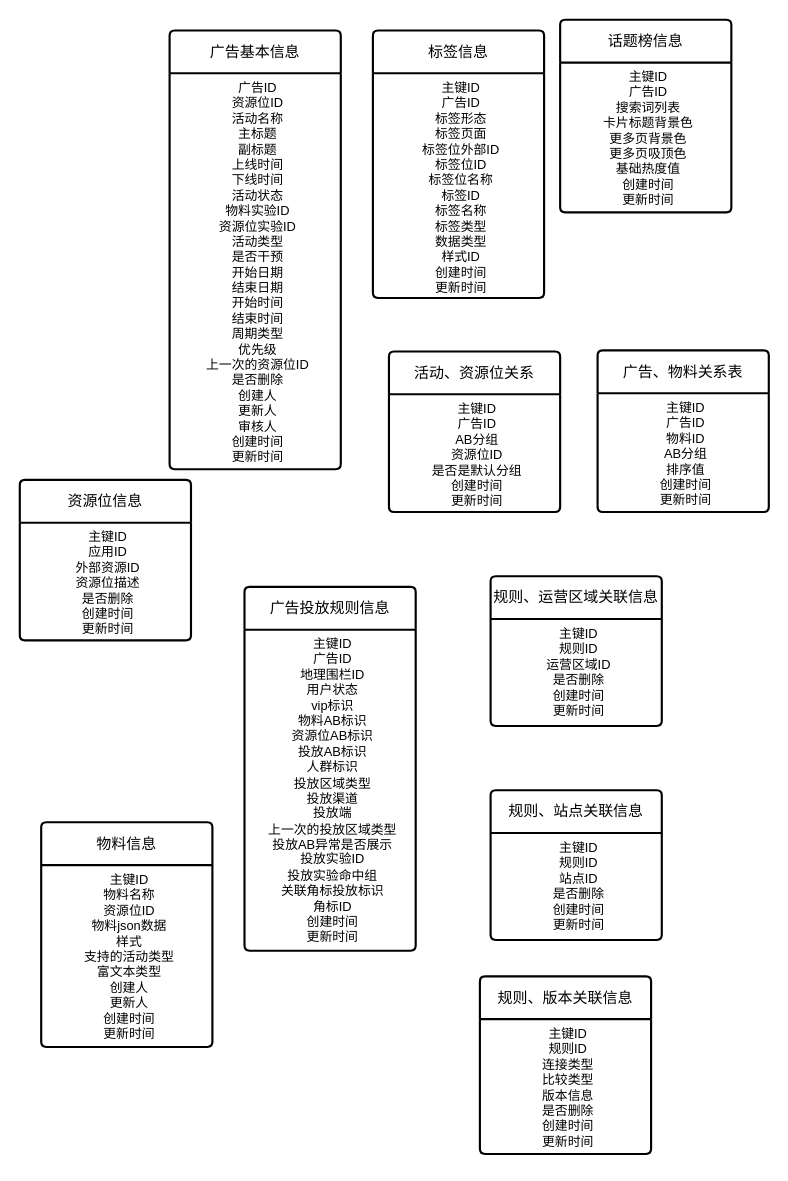
Above: Untitled Diagram.drawio in Ant-dong/images (draw.io), before the change. Source tidied: cells renumbered, new cells numbered last; positions are measured from the earlier drawing's top-left corner, leaving out a move shared by most shapes. Both pictures are drawn from the tidied source at 107%, with x=0, y=0 at pixel (19, 19).
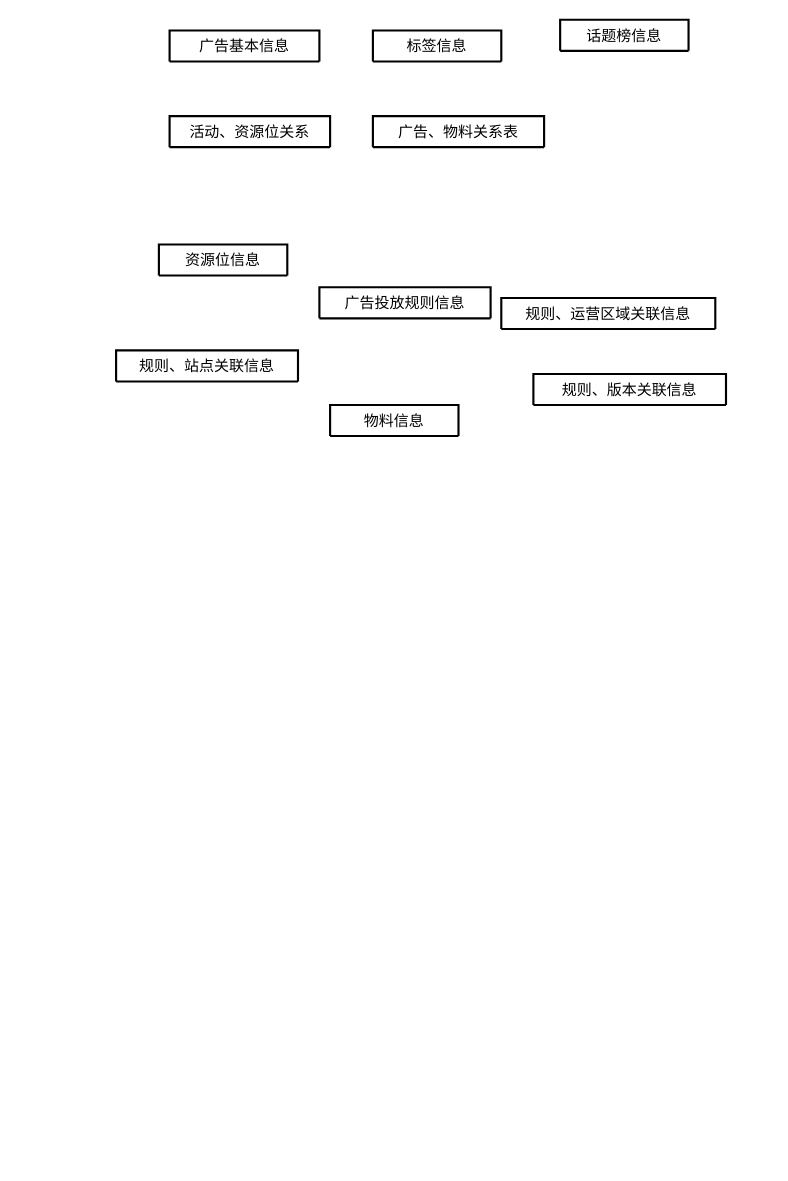
The same page after the edit.

Change to the diagram source:
```diff
@@
-    <mxCell id="2" value="广告基本信息" style="swimlane;horizontal=1;startSize=40;rounded=1;fontSize=14;fontStyle=0;strokeWidth=2;shadow=0;dashed=0;align=center;arcSize=4;whiteSpace=wrap;html=1;" parent="1" vertex="1">
-      <mxGeometry x="140" y="10" width="160" height="410" as="geometry" />
+    <mxCell id="2" value="广告基本信息" style="swimlane;horizontal=1;startSize=40;rounded=1;fontSize=14;fontStyle=0;strokeWidth=2;shadow=0;dashed=0;align=center;arcSize=4;whiteSpace=wrap;html=1;" parent="1" vertex="1" collapsed="1">
+      <mxGeometry x="140" y="10" width="140" height="29" as="geometry" />
     </mxCell>
-    <mxCell id="3" value="广告ID&lt;br&gt;资源位ID&lt;br&gt;活动名称&lt;br&gt;主标题&lt;br&gt;副标题&lt;br&gt;上线时间&lt;br&gt;下线时间&lt;br&gt;活动状态&lt;br&gt;物料实验ID&lt;br&gt;资源位实验ID&lt;br&gt;活动类型&lt;br&gt;是否干预&lt;br&gt;开始日期&lt;br&gt;结束日期&lt;br&gt;开始时间&lt;br&gt;结束时间&lt;br&gt;周期类型&lt;br&gt;优先级&lt;br&gt;上一次的资源位ID&lt;br&gt;是否删除&lt;br&gt;创建人&lt;br&gt;更新人&lt;br&gt;审核人&lt;br&gt;创建时间&lt;br&gt;更新时间" style="align=center;strokeColor=none;fillColor=none;spacingLeft=4;fontSize=12;verticalAlign=top;html=1;" parent="2" vertex="1">
-      <mxGeometry y="40" width="160" height="370" as="geometry" />
-    </mxCell>
-    <mxCell id="4" value="标签信息" style="swimlane;horizontal=1;startSize=40;rounded=1;fontSize=14;fontStyle=0;strokeWidth=2;shadow=0;dashed=0;align=center;arcSize=4;whiteSpace=wrap;html=1;" parent="1" vertex="1">
-      <mxGeometry x="330" y="10" width="160" height="250" as="geometry" />
+    <mxCell id="4" value="标签信息" style="swimlane;horizontal=1;startSize=40;rounded=1;fontSize=14;fontStyle=0;strokeWidth=2;shadow=0;dashed=0;align=center;arcSize=4;whiteSpace=wrap;html=1;" parent="1" vertex="1" collapsed="1">
+      <mxGeometry x="330" y="10" width="120" height="29" as="geometry" />
     </mxCell>
-    <mxCell id="5" value="主键ID&lt;br&gt;广告ID&lt;br&gt;标签形态&lt;br&gt;标签页面&lt;br&gt;标签位外部ID&lt;br&gt;标签位ID&lt;br&gt;标签位名称&lt;br&gt;标签ID&lt;br&gt;标签名称&lt;br&gt;标签类型&lt;br&gt;数据类型&lt;br&gt;样式ID&lt;br&gt;创建时间&lt;br style=&quot;border-color: var(--border-color);&quot;&gt;更新时间" style="align=center;strokeColor=none;fillColor=none;spacingLeft=4;fontSize=12;verticalAlign=top;html=1;" parent="4" vertex="1">
-      <mxGeometry y="40" width="160" height="210" as="geometry" />
-    </mxCell>
-    <mxCell id="6" value="话题榜信息" style="swimlane;horizontal=1;startSize=40;rounded=1;fontSize=14;fontStyle=0;strokeWidth=2;shadow=0;dashed=0;align=center;arcSize=4;whiteSpace=wrap;html=1;" parent="1" vertex="1">
-      <mxGeometry x="505" width="160" height="180" as="geometry" />
+    <mxCell id="6" value="话题榜信息" style="swimlane;horizontal=1;startSize=40;rounded=1;fontSize=14;fontStyle=0;strokeWidth=2;shadow=0;dashed=0;align=center;arcSize=4;whiteSpace=wrap;html=1;" parent="1" vertex="1" collapsed="1">
+      <mxGeometry x="505" width="120" height="29" as="geometry" />
     </mxCell>
-    <mxCell id="7" value="主键ID&lt;br&gt;广告ID&lt;br&gt;搜索词列表&lt;br&gt;卡片标题背景色&lt;br&gt;更多页背景色&lt;br&gt;更多页吸顶色&lt;br&gt;基础热度值&lt;br&gt;创建时间&lt;br style=&quot;border-color: var(--border-color);&quot;&gt;更新时间" style="align=center;strokeColor=none;fillColor=none;spacingLeft=4;fontSize=12;verticalAlign=top;html=1;" parent="6" vertex="1">
-      <mxGeometry y="40" width="160" height="140" as="geometry" />
-    </mxCell>
-    <mxCell id="8" value="活动、资源位关系" style="swimlane;horizontal=1;startSize=40;rounded=1;fontSize=14;fontStyle=0;strokeWidth=2;shadow=0;dashed=0;align=center;arcSize=4;whiteSpace=wrap;html=1;" parent="1" vertex="1">
-      <mxGeometry x="345" y="310" width="160" height="150" as="geometry" />
+    <mxCell id="8" value="活动、资源位关系" style="swimlane;horizontal=1;startSize=40;rounded=1;fontSize=14;fontStyle=0;strokeWidth=2;shadow=0;dashed=0;align=center;arcSize=4;whiteSpace=wrap;html=1;" parent="1" vertex="1" collapsed="1">
+      <mxGeometry x="140" y="90" width="150" height="29" as="geometry" />
     </mxCell>
-    <mxCell id="9" value="主键ID&lt;br&gt;广告ID&lt;br&gt;AB分组&lt;br&gt;资源位ID&lt;br&gt;是否是默认分组&lt;br&gt;创建时间&lt;br style=&quot;border-color: var(--border-color);&quot;&gt;更新时间" style="align=center;strokeColor=none;fillColor=none;spacingLeft=4;fontSize=12;verticalAlign=top;html=1;" parent="8" vertex="1">
-      <mxGeometry y="40" width="160" height="110" as="geometry" />
-    </mxCell>
-    <mxCell id="10" value="广告、物料关系表" style="swimlane;horizontal=1;startSize=40;rounded=1;fontSize=14;fontStyle=0;strokeWidth=2;shadow=0;dashed=0;align=center;arcSize=4;whiteSpace=wrap;html=1;" parent="1" vertex="1">
-      <mxGeometry x="540" y="309" width="160" height="151" as="geometry" />
+    <mxCell id="10" value="广告、物料关系表" style="swimlane;horizontal=1;startSize=40;rounded=1;fontSize=14;fontStyle=0;strokeWidth=2;shadow=0;dashed=0;align=center;arcSize=4;whiteSpace=wrap;html=1;" parent="1" vertex="1" collapsed="1">
+      <mxGeometry x="330" y="90" width="160" height="29" as="geometry" />
     </mxCell>
-    <mxCell id="11" value="主键ID&lt;br&gt;广告ID&lt;br&gt;物料ID&lt;br&gt;AB分组&lt;br&gt;排序值&lt;br&gt;创建时间&lt;br style=&quot;border-color: var(--border-color);&quot;&gt;更新时间" style="align=center;strokeColor=none;fillColor=none;spacingLeft=4;fontSize=12;verticalAlign=top;html=1;" parent="10" vertex="1">
-      <mxGeometry y="40" width="160" height="111" as="geometry" />
-    </mxCell>
-    <mxCell id="12" value="资源位信息" style="swimlane;horizontal=1;startSize=40;rounded=1;fontSize=14;fontStyle=0;strokeWidth=2;shadow=0;dashed=0;align=center;arcSize=4;whiteSpace=wrap;html=1;" parent="1" vertex="1">
-      <mxGeometry y="430" width="160" height="150" as="geometry" />
+    <mxCell id="12" value="资源位信息" style="swimlane;horizontal=1;startSize=40;rounded=1;fontSize=14;fontStyle=0;strokeWidth=2;shadow=0;dashed=0;align=center;arcSize=4;whiteSpace=wrap;html=1;" parent="1" vertex="1" collapsed="1">
+      <mxGeometry x="130" y="210" width="120" height="29" as="geometry" />
     </mxCell>
-    <mxCell id="13" value="主键ID&lt;br&gt;应用ID&lt;br&gt;外部资源ID&lt;br&gt;资源位描述&lt;br&gt;是否删除&lt;br&gt;创建时间&lt;br style=&quot;border-color: var(--border-color);&quot;&gt;更新时间" style="align=center;strokeColor=none;fillColor=none;spacingLeft=4;fontSize=12;verticalAlign=top;html=1;" parent="12" vertex="1">
-      <mxGeometry y="40" width="160" height="110" as="geometry" />
-    </mxCell>
-    <mxCell id="14" value="广告投放规则信息" style="swimlane;horizontal=1;startSize=40;rounded=1;fontSize=14;fontStyle=0;strokeWidth=2;shadow=0;dashed=0;align=center;arcSize=4;whiteSpace=wrap;html=1;" parent="1" vertex="1">
-      <mxGeometry x="210" y="530" width="160" height="340" as="geometry" />
+    <mxCell id="14" value="广告投放规则信息" style="swimlane;horizontal=1;startSize=40;rounded=1;fontSize=14;fontStyle=0;strokeWidth=2;shadow=0;dashed=0;align=center;arcSize=4;whiteSpace=wrap;html=1;" parent="1" vertex="1" collapsed="1">
+      <mxGeometry x="280" y="250" width="160" height="29" as="geometry" />
     </mxCell>
-    <mxCell id="15" value="主键ID&lt;br&gt;广告ID&lt;br&gt;地理围栏ID&lt;br&gt;用户状态&lt;br&gt;vip标识&lt;br&gt;物料AB标识&lt;br&gt;资源位AB标识&lt;br&gt;投放AB标识&lt;br&gt;人群标识&lt;br&gt;投放区域类型&lt;br&gt;投放渠道&lt;br&gt;投放端&lt;br&gt;上一次的投放区域类型&lt;br&gt;投放AB异常是否展示&lt;br&gt;投放实验ID&lt;br&gt;投放实验命中组&lt;br&gt;关联角标投放标识&lt;br&gt;角标ID&lt;br&gt;创建时间&lt;br&gt;更新时间" style="align=center;strokeColor=none;fillColor=none;spacingLeft=4;fontSize=12;verticalAlign=top;html=1;" parent="14" vertex="1">
-      <mxGeometry y="40" width="160" height="300" as="geometry" />
-    </mxCell>
-    <mxCell id="16" value="规则、运营区域关联信息" style="swimlane;horizontal=1;startSize=40;rounded=1;fontSize=14;fontStyle=0;strokeWidth=2;shadow=0;dashed=0;align=center;arcSize=4;whiteSpace=wrap;html=1;" parent="1" vertex="1">
-      <mxGeometry x="440" y="520" width="160" height="140" as="geometry" />
+    <mxCell id="16" value="规则、运营区域关联信息" style="swimlane;horizontal=1;startSize=40;rounded=1;fontSize=14;fontStyle=0;strokeWidth=2;shadow=0;dashed=0;align=center;arcSize=4;whiteSpace=wrap;html=1;" parent="1" vertex="1" collapsed="1">
+      <mxGeometry x="450" y="260" width="200" height="29" as="geometry" />
     </mxCell>
-    <mxCell id="17" value="主键ID&lt;br&gt;规则ID&lt;br&gt;运营区域ID&lt;br&gt;是否删除&lt;br&gt;创建时间&lt;br&gt;更新时间" style="align=center;strokeColor=none;fillColor=none;spacingLeft=4;fontSize=12;verticalAlign=top;html=1;" parent="16" vertex="1">
-      <mxGeometry y="40" width="160" height="100" as="geometry" />
-    </mxCell>
-    <mxCell id="18" style="edgeStyle=orthogonalEdgeStyle;rounded=0;orthogonalLoop=1;jettySize=auto;html=1;exitX=0.5;exitY=1;exitDx=0;exitDy=0;" parent="16" edge="1" source="17" target="17">
-      <mxGeometry relative="1" as="geometry" />
-    </mxCell>
-    <mxCell id="19" value="规则、站点关联信息" style="swimlane;horizontal=1;startSize=40;rounded=1;fontSize=14;fontStyle=0;strokeWidth=2;shadow=0;dashed=0;align=center;arcSize=4;whiteSpace=wrap;html=1;" parent="1" vertex="1">
-      <mxGeometry x="440" y="720" width="160" height="140" as="geometry" />
+    <mxCell id="19" value="规则、站点关联信息" style="swimlane;horizontal=1;startSize=40;rounded=1;fontSize=14;fontStyle=0;strokeWidth=2;shadow=0;dashed=0;align=center;arcSize=4;whiteSpace=wrap;html=1;" parent="1" vertex="1" collapsed="1">
+      <mxGeometry x="90" y="309" width="170" height="29" as="geometry" />
     </mxCell>
-    <mxCell id="20" value="主键ID&lt;br&gt;规则ID&lt;br&gt;站点ID&lt;br&gt;是否删除&lt;br&gt;创建时间&lt;br&gt;更新时间" style="align=center;strokeColor=none;fillColor=none;spacingLeft=4;fontSize=12;verticalAlign=top;html=1;" parent="19" vertex="1">
-      <mxGeometry y="40" width="160" height="100" as="geometry" />
-    </mxCell>
-    <mxCell id="21" style="edgeStyle=orthogonalEdgeStyle;rounded=0;orthogonalLoop=1;jettySize=auto;html=1;exitX=0.5;exitY=1;exitDx=0;exitDy=0;" parent="19" edge="1" source="20" target="20">
-      <mxGeometry relative="1" as="geometry" />
-    </mxCell>
-    <mxCell id="22" value="规则、版本关联信息" style="swimlane;horizontal=1;startSize=40;rounded=1;fontSize=14;fontStyle=0;strokeWidth=2;shadow=0;dashed=0;align=center;arcSize=4;whiteSpace=wrap;html=1;" parent="1" vertex="1">
-      <mxGeometry x="430" y="894" width="160" height="166" as="geometry" />
+    <mxCell id="22" value="规则、版本关联信息" style="swimlane;horizontal=1;startSize=40;rounded=1;fontSize=14;fontStyle=0;strokeWidth=2;shadow=0;dashed=0;align=center;arcSize=4;whiteSpace=wrap;html=1;" parent="1" vertex="1" collapsed="1">
+      <mxGeometry x="480" y="331" width="180" height="29" as="geometry" />
     </mxCell>
-    <mxCell id="23" value="主键ID&lt;br&gt;规则ID&lt;br&gt;连接类型&lt;br&gt;比较类型&lt;br&gt;版本信息&lt;br&gt;是否删除&lt;br&gt;创建时间&lt;br&gt;更新时间" style="align=center;strokeColor=none;fillColor=none;spacingLeft=4;fontSize=12;verticalAlign=top;html=1;" parent="22" vertex="1">
-      <mxGeometry y="40" width="160" height="126" as="geometry" />
-    </mxCell>
-    <mxCell id="24" style="edgeStyle=orthogonalEdgeStyle;rounded=0;orthogonalLoop=1;jettySize=auto;html=1;exitX=0.5;exitY=1;exitDx=0;exitDy=0;" parent="22" edge="1" source="23" target="23">
-      <mxGeometry relative="1" as="geometry" />
-    </mxCell>
-    <mxCell id="25" value="物料信息" style="swimlane;horizontal=1;startSize=40;rounded=1;fontSize=14;fontStyle=0;strokeWidth=2;shadow=0;dashed=0;align=center;arcSize=4;whiteSpace=wrap;html=1;" parent="1" vertex="1">
-      <mxGeometry x="20" y="750" width="160" height="210" as="geometry" />
+    <mxCell id="25" value="物料信息" style="swimlane;horizontal=1;startSize=40;rounded=1;fontSize=14;fontStyle=0;strokeWidth=2;shadow=0;dashed=0;align=center;arcSize=4;whiteSpace=wrap;html=1;" parent="1" vertex="1" collapsed="1">
+      <mxGeometry x="290" y="360" width="120" height="29" as="geometry" />
     </mxCell>
-    <mxCell id="26" value="主键ID&lt;br&gt;物料名称&lt;br&gt;资源位ID&lt;br&gt;物料json数据&lt;br&gt;样式&lt;br&gt;支持的活动类型&lt;br&gt;富文本类型&lt;br&gt;创建人&lt;br&gt;更新人&lt;br&gt;创建时间&lt;br&gt;更新时间" style="align=center;strokeColor=none;fillColor=none;spacingLeft=4;fontSize=12;verticalAlign=top;html=1;" parent="25" vertex="1">
-      <mxGeometry y="40" width="160" height="170" as="geometry" />
-    </mxCell>
```
